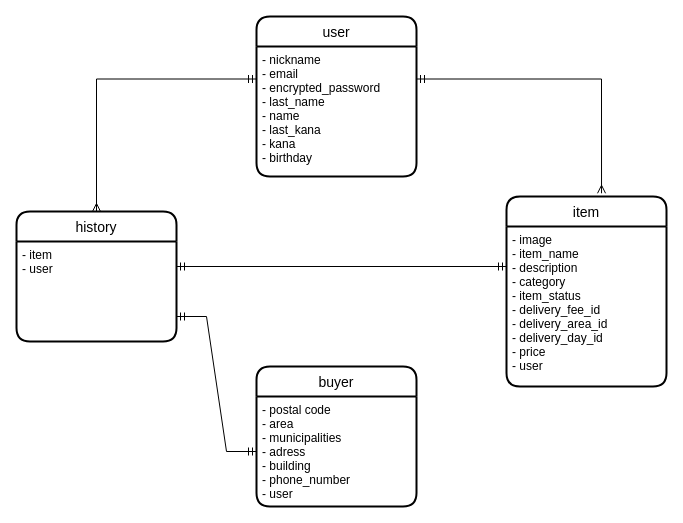
Earlier version of the draw.io diagram furima.dio (tech-kannnari/furima-34414). Source tidied: cells renumbered, new cells numbered last; positions are measured from the earlier drawing's top-left corner, leaving out a move shared by most shapes. Both pictures are drawn from the tidied source at 100%, with x=0, y=0 at pixel (16, 16).
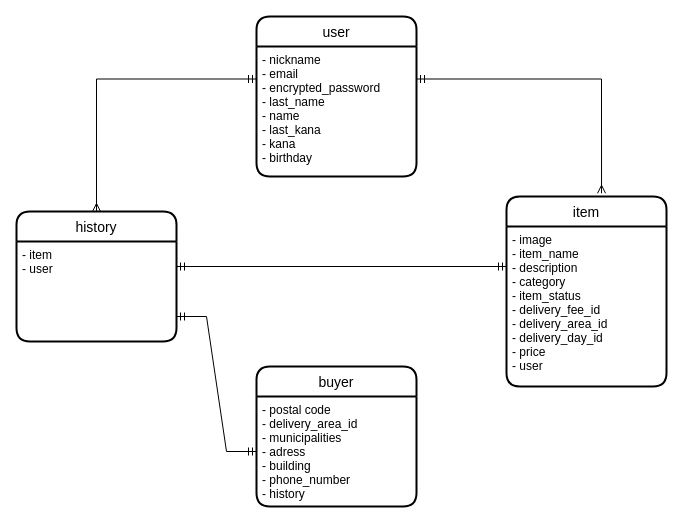
The same page after the edit.

Commit message (it also covers changes not shown here):
ER図、readmeの修正3

What changed in the source:
```diff
@@
 <mxGraphModel>
   <root>
     <mxCell id="0" />
     <mxCell id="1" parent="0" />
     <mxCell id="2" value="history" style="swimlane;horizontal=1;startSize=30;rounded=1;fontSize=14;fontStyle=0;strokeWidth=2;shadow=0;dashed=0;align=center;" parent="1" vertex="1">
       <mxGeometry y="195" width="160" height="130" as="geometry" />
     </mxCell>
     <mxCell id="3" value="- item&#10;- user" style="align=left;strokeColor=none;fillColor=none;spacingLeft=4;fontSize=12;verticalAlign=top;" parent="2" vertex="1">
       <mxGeometry y="30" width="160" height="100" as="geometry" />
     </mxCell>
     <mxCell id="4" value="user" style="swimlane;horizontal=1;startSize=30;rounded=1;fontSize=14;fontStyle=0;strokeWidth=2;shadow=0;dashed=0;align=center;" parent="1" vertex="1">
       <mxGeometry x="240" width="160" height="160" as="geometry" />
     </mxCell>
     <mxCell id="5" value="- nickname&#10;- email&#10;- encrypted_password&#10;- last_name&#10;- name&#10;- last_kana&#10;- kana&#10;- birthday" style="align=left;strokeColor=none;fillColor=none;spacingLeft=4;fontSize=12;verticalAlign=top;" parent="4" vertex="1">
       <mxGeometry y="30" width="160" height="130" as="geometry" />
     </mxCell>
     <mxCell id="6" value="item" style="swimlane;horizontal=1;startSize=30;rounded=1;fontSize=14;fontStyle=0;strokeWidth=2;shadow=0;dashed=0;align=center;" parent="1" vertex="1">
       <mxGeometry x="490" y="180" width="160" height="190" as="geometry" />
     </mxCell>
     <mxCell id="7" value="- image&#10;- item_name&#10;- description&#10;- category&#10;- item_status&#10;- delivery_fee_id&#10;- delivery_area_id&#10;- delivery_day_id&#10;- price&#10;- user" style="align=left;strokeColor=none;fillColor=none;spacingLeft=4;fontSize=12;verticalAlign=top;" parent="6" vertex="1">
       <mxGeometry y="30" width="160" height="160" as="geometry" />
     </mxCell>
     <mxCell id="8" value="buyer" style="swimlane;horizontal=1;startSize=30;rounded=1;fontSize=14;fontStyle=0;strokeWidth=2;shadow=0;dashed=0;align=center;" parent="1" vertex="1">
       <mxGeometry x="240" y="350" width="160" height="140" as="geometry" />
     </mxCell>
-    <mxCell id="9" value="- postal code&#10;- area&#10;- municipalities&#10;- adress&#10;- building&#10;- phone_number&#10;- user" style="align=left;strokeColor=none;fillColor=none;spacingLeft=4;fontSize=12;verticalAlign=top;" parent="8" vertex="1">
+    <mxCell id="9" value="- postal code&#10;- delivery_area_id&#10;- municipalities&#10;- adress&#10;- building&#10;- phone_number&#10;- history" style="align=left;strokeColor=none;fillColor=none;spacingLeft=4;fontSize=12;verticalAlign=top;" parent="8" vertex="1">
       <mxGeometry y="30" width="160" height="110" as="geometry" />
     </mxCell>
     <mxCell id="10" style="edgeStyle=entityRelationEdgeStyle;rounded=0;jettySize=auto;html=1;exitX=1;exitY=0.75;exitDx=0;exitDy=0;startArrow=ERmandOne;startFill=0;endArrow=ERmandOne;endFill=0;strokeWidth=1;" parent="1" edge="1" source="3" target="9">
       <mxGeometry relative="1" as="geometry" />
     </mxCell>
     <mxCell id="11" style="edgeStyle=orthogonalEdgeStyle;rounded=0;jettySize=auto;html=1;exitX=0;exitY=0.25;exitDx=0;exitDy=0;entryX=0.5;entryY=0;entryDx=0;entryDy=0;startArrow=ERmandOne;startFill=0;endArrow=ERmany;endFill=0;" parent="1" edge="1" source="5" target="2">
       <mxGeometry relative="1" as="geometry" />
     </mxCell>
     <mxCell id="12" style="edgeStyle=orthogonalEdgeStyle;rounded=0;jettySize=auto;html=1;exitX=1;exitY=0.25;exitDx=0;exitDy=0;entryX=0.594;entryY=-0.017;entryDx=0;entryDy=0;entryPerimeter=0;startArrow=ERmandOne;startFill=0;endArrow=ERmany;endFill=0;" parent="1" edge="1" source="5" target="6">
       <mxGeometry relative="1" as="geometry" />
     </mxCell>
     <mxCell id="13" style="edgeStyle=none;rounded=0;jettySize=auto;html=1;exitX=1;exitY=0.25;exitDx=0;exitDy=0;startArrow=ERmandOne;startFill=0;endArrow=ERmandOne;endFill=0;entryX=0;entryY=0.25;entryDx=0;entryDy=0;" parent="1" edge="1" source="3" target="7">
       <mxGeometry relative="1" as="geometry" />
     </mxCell>
   </root>
 </mxGraphModel>
```
